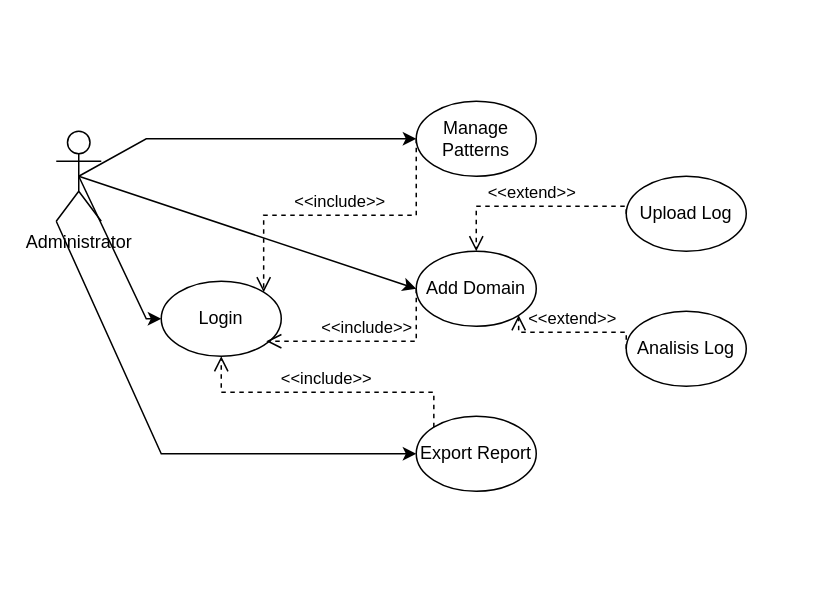
Earlier version of the draw.io diagram page "Use Case Diagram" (2 of 7) of Cara Kerja Aplikasi TA.drawio (zelsaddr/All-Diagrams). Source tidied: cells renumbered, new cells numbered last; positions are measured from the earlier drawing's top-left corner, leaving out a move shared by most shapes. Both pictures are drawn from the tidied source at 150%, with x=0, y=0 at pixel (56, 100).
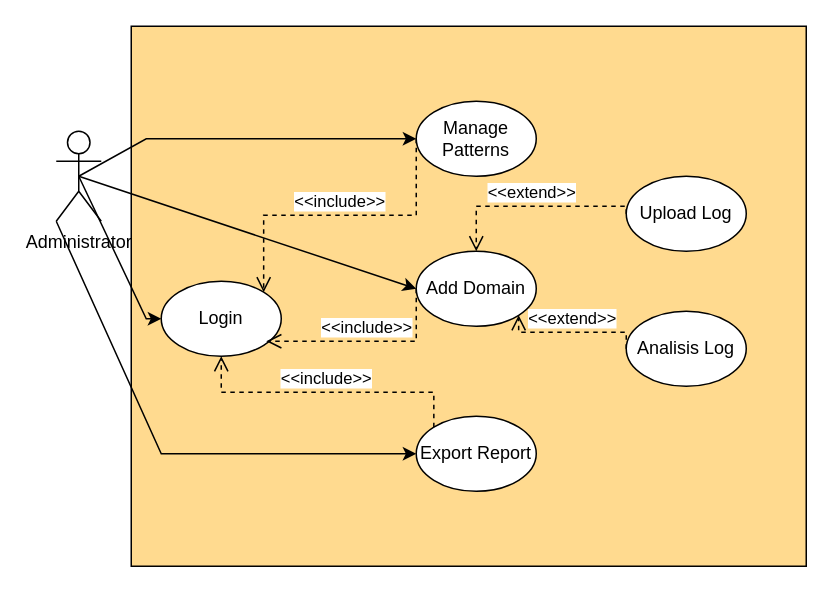
After the change.

Diff of the diagram source:
```diff
@@
+    <mxCell id="18" style="rounded=0;whiteSpace=wrap;html=1;fillColor=#FFDA8F;" parent="1" vertex="1">
+      <mxGeometry x="50" y="-50" width="450" height="360" as="geometry" />
+    </mxCell>
```
